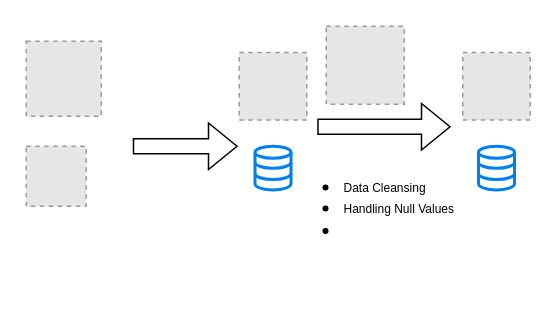
Earlier version of the draw.io diagram Oceanography-Project-WIP/Oceanography_Project.drawio (flosrv/Mes-Projets). Source tidied: cells renumbered, new cells numbered last; positions are measured from the earlier drawing's top-left corner, leaving out a move shared by most shapes. Both pictures are drawn from the tidied source at 150%, with x=0, y=0 at pixel (26, 26). Pictures stored in the file or linked from it are replaced by grey dashed boxes.
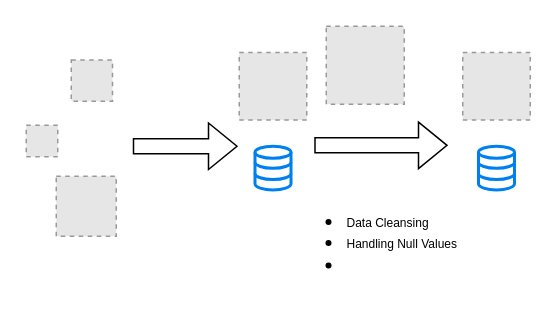
Above is the later version.

Commit message:
Mettre à jour Oceanography_Project.drawio

Change to the diagram source:
```diff
@@
 <mxGraphModel>
   <root>
     <mxCell id="0" />
     <mxCell id="1" parent="0" />
     <mxCell id="2" style="fillColor=#E6E6E6;strokeColor=#999999;dashed=1;verticalLabelPosition=bottom;labelBackgroundColor=default;verticalAlign=top;" parent="1" vertex="1">
-      <mxGeometry y="80" width="40" height="40" as="geometry" />
+      <mxGeometry x="30" y="22.5" width="27.5" height="27.5" as="geometry" />
     </mxCell>
     <mxCell id="3" style="fillColor=#E6E6E6;strokeColor=#999999;dashed=1;verticalLabelPosition=bottom;labelBackgroundColor=default;verticalAlign=top;" parent="1" vertex="1">
-      <mxGeometry y="10" width="50" height="50" as="geometry" />
+      <mxGeometry y="66" width="21" height="21" as="geometry" />
     </mxCell>
     <mxCell id="4" style="shape=flexArrow;endArrow=classic;html=1;rounded=0;fillColor=light-dark(#FFFFFF,#6666FF);" parent="1" edge="1">
       <mxGeometry relative="1" as="geometry">
         <mxPoint x="71" y="80" as="sourcePoint" />
         <mxPoint x="141" y="80" as="targetPoint" />
       </mxGeometry>
     </mxCell>
     <mxCell id="5" style="fillColor=#E6E6E6;strokeColor=#999999;dashed=1;verticalLabelPosition=bottom;labelBackgroundColor=default;verticalAlign=top;" parent="1" vertex="1">
       <mxGeometry x="142" y="17.5" width="45" height="45" as="geometry" />
     </mxCell>
     <mxCell id="6" style="html=1;verticalLabelPosition=bottom;align=center;labelBackgroundColor=#ffffff;verticalAlign=top;strokeWidth=2;strokeColor=#0080F0;shadow=0;dashed=0;shape=mxgraph.ios7.icons.data;fillColor=light-dark(transparent,#8F6244);" parent="1" vertex="1">
       <mxGeometry x="152.5" y="80" width="24" height="29.1" as="geometry" />
     </mxCell>
     <mxCell id="7" style="shape=flexArrow;endArrow=classic;html=1;rounded=0;fillColor=light-dark(#FFFFFF,#6666FF);" parent="1" edge="1">
       <mxGeometry relative="1" as="geometry">
-        <mxPoint x="194" y="67" as="sourcePoint" />
-        <mxPoint x="283" y="67" as="targetPoint" />
+        <mxPoint x="192" y="79.4" as="sourcePoint" />
+        <mxPoint x="281" y="79.4" as="targetPoint" />
       </mxGeometry>
     </mxCell>
     <mxCell id="8" style="html=1;verticalLabelPosition=bottom;align=center;labelBackgroundColor=#ffffff;verticalAlign=top;strokeWidth=2;strokeColor=#0080F0;shadow=0;dashed=0;shape=mxgraph.ios7.icons.data;fillColor=light-dark(transparent,#BEBEBE);" parent="1" vertex="1">
       <mxGeometry x="301.5" y="80" width="24" height="29.1" as="geometry" />
     </mxCell>
     <mxCell id="9" style="fillColor=#E6E6E6;strokeColor=#999999;dashed=1;verticalLabelPosition=bottom;labelBackgroundColor=default;verticalAlign=top;" parent="1" vertex="1">
       <mxGeometry x="291" y="17.5" width="45" height="45" as="geometry" />
     </mxCell>
     <mxCell id="10" style="fillColor=#E6E6E6;strokeColor=#999999;dashed=1;verticalLabelPosition=bottom;labelBackgroundColor=default;verticalAlign=top;" parent="1" vertex="1">
       <mxGeometry x="200" width="52" height="52" as="geometry" />
     </mxCell>
     <mxCell id="11" value="&lt;ul&gt;&lt;li&gt;&lt;font style=&quot;font-size: 8px;&quot;&gt;Data Cleansing&lt;/font&gt;&lt;/li&gt;&lt;li&gt;&lt;font style=&quot;font-size: 8px;&quot;&gt;Handling Null Values&lt;/font&gt;&lt;/li&gt;&lt;li&gt;&lt;br&gt;&lt;/li&gt;&lt;/ul&gt;" style="text;html=1;align=left;verticalAlign=middle;whiteSpace=wrap;rounded=0;" parent="1" vertex="1">
-      <mxGeometry x="170" y="61" width="130" height="120" as="geometry" />
+      <mxGeometry x="171.5" y="109.1" width="130" height="70" as="geometry" />
     </mxCell>
+    <mxCell id="12" style="edgeStyle=orthogonalEdgeStyle;rounded=0;orthogonalLoop=1;jettySize=auto;html=1;exitX=0.5;exitY=1;exitDx=0;exitDy=0;" parent="1" edge="1" source="11" target="11">
+      <mxGeometry relative="1" as="geometry" />
+    </mxCell>
+    <mxCell id="13" style="fillColor=#E6E6E6;strokeColor=#999999;dashed=1;verticalLabelPosition=bottom;labelBackgroundColor=default;verticalAlign=top;" parent="1" vertex="1">
+      <mxGeometry x="20" y="100" width="40" height="40" as="geometry" />
+    </mxCell>
   </root>
 </mxGraphModel>
```
